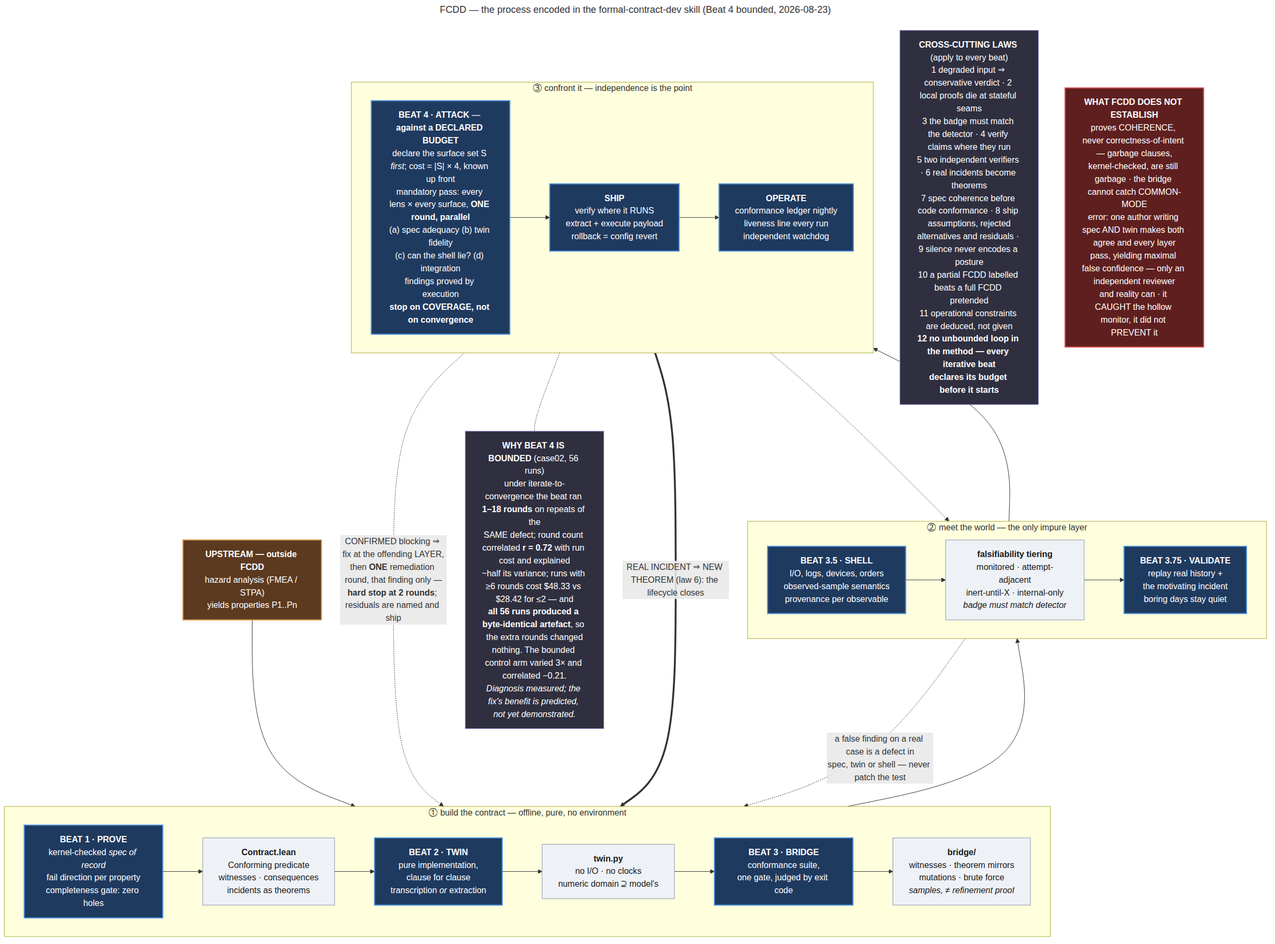
Before: case01_spectrum_gambit/figures/fcdd_process.png, a diagram exported from Mermaid (cosmindxu/fcdd-lab). Its source is kept beside it as case01_spectrum_gambit/figures/fcdd_process.mmd.
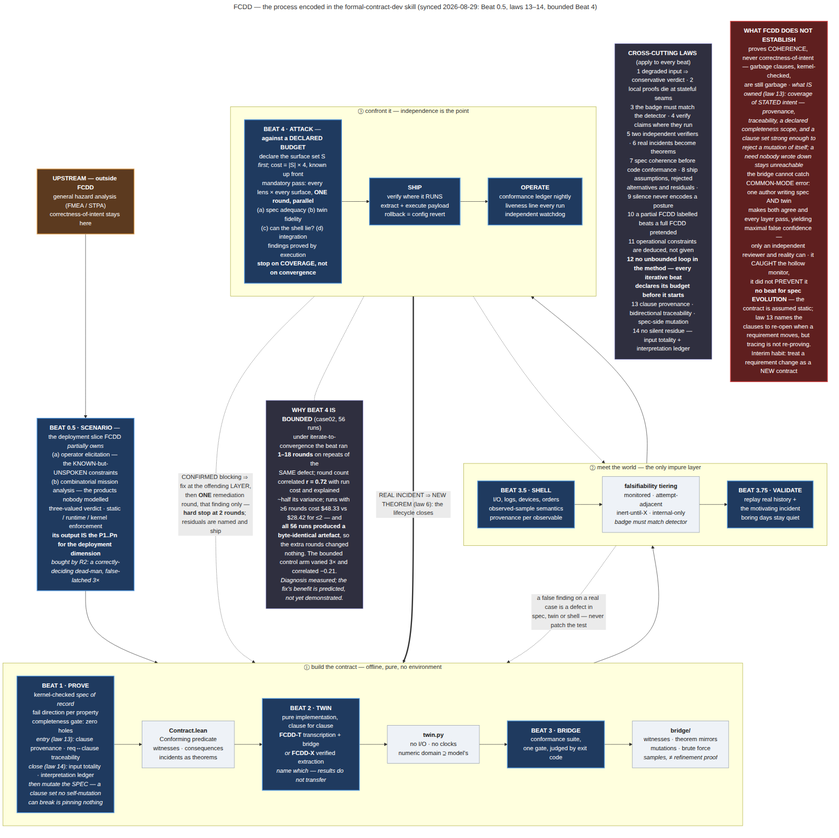
Later version of the same file.

Commit message:
figures: resync the FCDD lifecycle diagram with the live skill

Change to the diagram source:
```diff
@@ -1,5 +1,5 @@
 ---
-title: "FCDD — the process encoded in the formal-contract-dev skill (Beat 4 bounded, 2026-08-23)"
+title: "FCDD — the process encoded in the formal-contract-dev skill (synced 2026-08-29: Beat 0.5, laws 13–14, bounded Beat 4)"
 ---
 flowchart TB
     classDef beat fill:#1f3a5f,stroke:#4a90d9,stroke-width:2px,color:#ffffff
@@ -8,13 +8,15 @@
     classDef res fill:#5f1f1f,stroke:#d94a4a,stroke-width:2px,color:#ffffff
     classDef law fill:#2f2f3f,stroke:#8a8ad9,stroke-width:1px,color:#ffffff
 
-    UP["<b>UPSTREAM — outside FCDD</b><br/>hazard analysis (FMEA / STPA)<br/>yields properties P1..Pn"]:::out
+    UP["<b>UPSTREAM — outside FCDD</b><br/>general hazard analysis (FMEA / STPA)<br/>correctness-of-intent stays here"]:::out
+
+    B05["<b>BEAT 0.5 · SCENARIO</b> — the deployment slice FCDD <i>partially owns</i><br/>(a) operator elicitation — the KNOWN-but-UNSPOKEN constraints<br/>(b) combinatorial mission analysis — the products nobody modelled<br/>three-valued verdict · static / runtime / kernel enforcement<br/><b>its output IS the P1..Pn for the deployment dimension</b><br/><i>bought by R2: a correctly-deciding dead-man, false-latched 3×</i>"]:::beat
 
     subgraph PURE["① build the contract — offline, pure, no environment"]
         direction LR
-        B1["<b>BEAT 1 · PROVE</b><br/>kernel-checked <i>spec of record</i><br/>fail direction per property<br/>completeness gate: zero holes"]:::beat
+        B1["<b>BEAT 1 · PROVE</b><br/>kernel-checked <i>spec of record</i><br/>fail direction per property<br/>completeness gate: zero holes<br/><i>entry (law 13):</i> clause provenance · req↔clause traceability<br/><i>close (law 14):</i> input totality · interpretation ledger<br/><i>then mutate the SPEC — a clause set no self-mutation<br/>can break is pinning nothing</i>"]:::beat
         A1["<b>Contract.lean</b><br/>Conforming predicate<br/>witnesses · consequences<br/>incidents as theorems"]:::art
-        B2["<b>BEAT 2 · TWIN</b><br/>pure implementation,<br/>clause for clause<br/>transcription <i>or</i> extraction"]:::beat
+        B2["<b>BEAT 2 · TWIN</b><br/>pure implementation, clause for clause<br/><b>FCDD-T</b> transcription + bridge<br/><i>or</i> <b>FCDD-X</b> verified extraction<br/><i>name which — results do not transfer</i>"]:::beat
         A2["<b>twin.py</b><br/>no I/O · no clocks<br/>numeric domain ⊇ model's"]:::art
         B3["<b>BEAT 3 · BRIDGE</b><br/>conformance suite,<br/>one gate, judged by exit code"]:::beat
         A3["<b>bridge/</b><br/>witnesses · theorem mirrors<br/>mutations · brute force<br/><i>samples, ≠ refinement proof</i>"]:::art
@@ -37,7 +39,7 @@
         B4 --> SHIP --> OPS
     end
 
-    UP --> B1
+    UP --> B05 --> B1
     A3 --> B35
     B375 --> B4
 
@@ -46,10 +48,10 @@
     B375 -. "a false finding on a real case is a defect in<br/>spec, twin or shell — never patch the test" .-> B1
     OPS == "REAL INCIDENT ⇒ NEW THEOREM (law 6): the lifecycle closes" ==> B1
 
-    LAWS["<b>CROSS-CUTTING LAWS</b> (apply to every beat)<br/>1 degraded input ⇒ conservative verdict · 2 local proofs die at stateful seams<br/>3 the badge must match the detector · 4 verify claims where they run<br/>5 two independent verifiers · 6 real incidents become theorems<br/>7 spec coherence before code conformance · 8 ship assumptions, rejected<br/>alternatives and residuals · 9 silence never encodes a posture<br/>10 a partial FCDD labelled beats a full FCDD pretended<br/>11 operational constraints are deduced, not given<br/><b>12 no unbounded loop in the method — every iterative beat<br/>declares its budget before it starts</b>"]:::law
+    LAWS["<b>CROSS-CUTTING LAWS</b> (apply to every beat)<br/>1 degraded input ⇒ conservative verdict · 2 local proofs die at stateful seams<br/>3 the badge must match the detector · 4 verify claims where they run<br/>5 two independent verifiers · 6 real incidents become theorems<br/>7 spec coherence before code conformance · 8 ship assumptions, rejected<br/>alternatives and residuals · 9 silence never encodes a posture<br/>10 a partial FCDD labelled beats a full FCDD pretended<br/>11 operational constraints are deduced, not given<br/><b>12 no unbounded loop in the method — every iterative beat<br/>declares its budget before it starts</b><br/>13 clause provenance · bidirectional traceability · spec-side mutation<br/>14 no silent residue — input totality + interpretation ledger"]:::law
 
     WHY["<b>WHY BEAT 4 IS BOUNDED</b> (case02, 56 runs)<br/>under iterate-to-convergence the beat ran <b>1–18 rounds</b> on repeats of the<br/>SAME defect; round count correlated <b>r = 0.72</b> with run cost and explained<br/>~half its variance; runs with ≥6 rounds cost $48.33 vs $28.42 for ≤2 — and<br/><b>all 56 runs produced a byte-identical artefact</b>, so the extra rounds changed<br/>nothing. The bounded control arm varied 3× and correlated −0.21.<br/><i>Diagnosis measured; the fix's benefit is predicted, not yet demonstrated.</i>"]:::law
 
     B4 -.- WHY
 
-    RES["<b>WHAT FCDD DOES NOT ESTABLISH</b><br/>proves COHERENCE, never correctness-of-intent — garbage clauses,<br/>kernel-checked, are still garbage · the bridge cannot catch COMMON-MODE<br/>error: one author writing spec AND twin makes both agree and every layer<br/>pass, yielding maximal false confidence — only an independent reviewer<br/>and reality can · it CAUGHT the hollow monitor, it did not PREVENT it"]:::res
+    RES["<b>WHAT FCDD DOES NOT ESTABLISH</b><br/>proves COHERENCE, never correctness-of-intent — garbage clauses, kernel-checked,<br/>are still garbage · <i>what IS owned (law 13): coverage of STATED intent — provenance,<br/>traceability, a declared completeness scope, and a clause set strong enough to<br/>reject a mutation of itself; a need nobody wrote down stays unreachable</i><br/>the bridge cannot catch COMMON-MODE error: one author writing spec AND twin<br/>makes both agree and every layer pass, yielding maximal false confidence —<br/>only an independent reviewer and reality can · it CAUGHT the hollow monitor,<br/>it did not PREVENT it<br/><b>no beat for spec EVOLUTION</b> — the contract is assumed static; law 13 names the<br/>clauses to re-open when a requirement moves, but tracing is not re-proving.<br/>Interim habit: treat a requirement change as a NEW contract"]:::res
```
